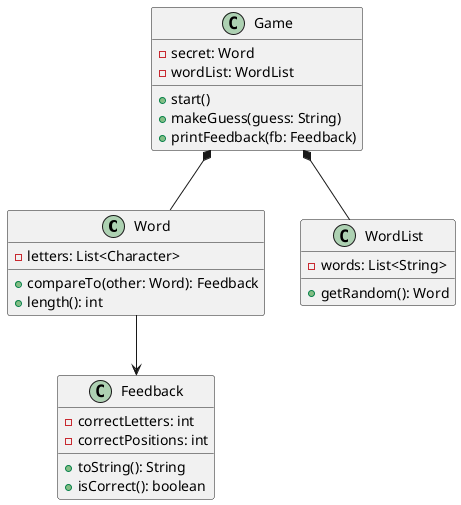
Above: docs/class_diagram.png in DeaconSteiner/cosc-3011_word_game (PlantUML), before the change.
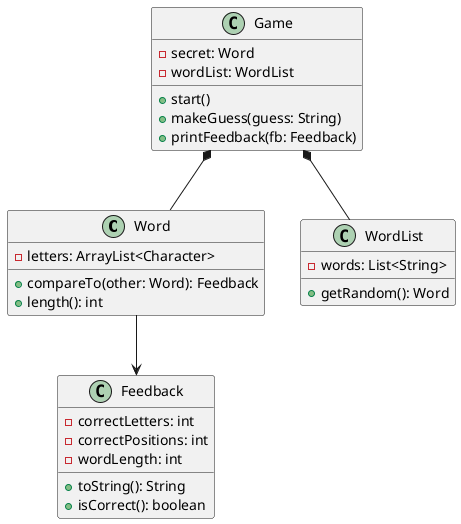
The same diagram one commit later.

Change to the diagram source:
```diff
@@ -1,6 +1,6 @@
 @startuml
 class Word {
-	-letters: List<Character>
+	-letters: ArrayList<Character>
 	+compareTo(other: Word): Feedback
 	+length(): int
 }
@@ -8,6 +8,7 @@
 class Feedback {
 	-correctLetters: int
 	-correctPositions: int
+	-wordLength: int
 	+toString(): String
 	+isCorrect(): boolean
 }
```
